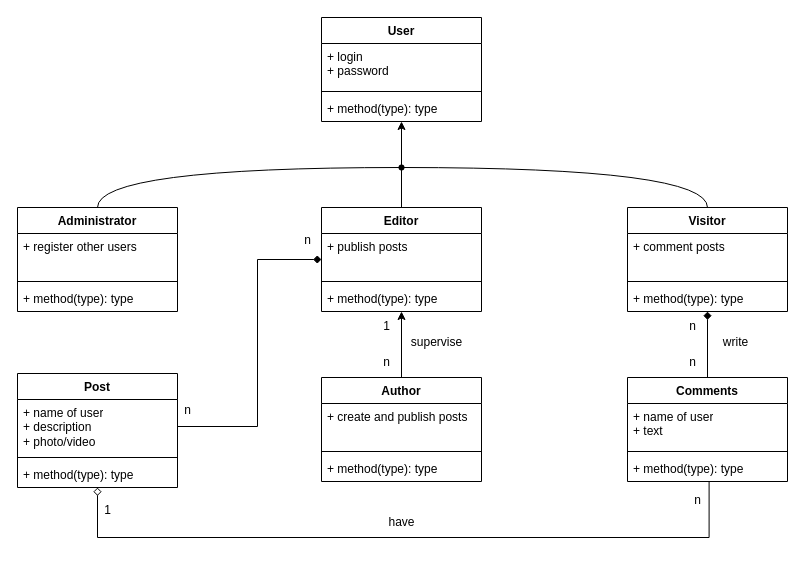
Victoraracil/Entornos_de_desarrollo keeps this draw.io diagram as Ejercicios diagramas/Class Diagrams/Ejercicio 3.drawio. Above is the earlier version. Source tidied: cells renumbered, new cells numbered last; positions are measured from the earlier drawing's top-left corner, leaving out a move shared by most shapes. Both pictures are drawn from the tidied source at 100%, with x=0, y=0 at pixel (17, 17).
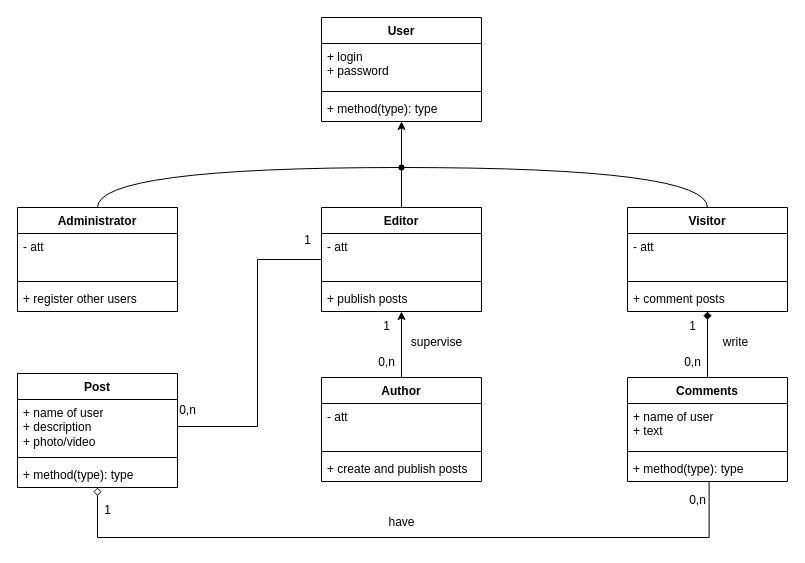
Above is the later version.

Commit message:
Me falta el diagrama 4, pero bueno, ya lo pedire

Unchanged cells that the change refers to:
```xml
<mxCell id="8" value="Editor" style="swimlane;fontStyle=1;align=center;verticalAlign=top;horizontal=1;startSize=26;whiteSpace=wrap;html=1;" parent="1" vertex="1">
  <mxGeometry x="304" y="190" width="160" height="104" as="geometry" />
</mxCell>
<mxCell id="12" value="Administrator" style="swimlane;fontStyle=1;align=center;verticalAlign=top;horizontal=1;startSize=26;whiteSpace=wrap;html=1;" parent="1" vertex="1">
  <mxGeometry y="190" width="160" height="104" as="geometry" />
</mxCell>
<mxCell id="16" value="Visitor" style="swimlane;fontStyle=1;align=center;verticalAlign=top;horizontal=1;startSize=26;whiteSpace=wrap;html=1;" parent="1" vertex="1">
  <mxGeometry x="610" y="190" width="160" height="104" as="geometry" />
</mxCell>
<mxCell id="20" value="Author " style="swimlane;fontStyle=1;align=center;verticalAlign=top;horizontal=1;startSize=26;whiteSpace=wrap;html=1;" parent="1" vertex="1">
  <mxGeometry x="304" y="360" width="160" height="104" as="geometry" />
</mxCell>
<mxCell id="35" value="&lt;div&gt;+ name of user&lt;/div&gt;&lt;div&gt;+ description&lt;/div&gt;&lt;div&gt;+ photo/video&lt;br&gt;&lt;/div&gt;" style="text;strokeColor=none;fillColor=none;align=left;verticalAlign=top;spacingLeft=4;spacingRight=4;overflow=hidden;points=[[0,0.5],[1,0.5]];portConstraint=eastwest;whiteSpace=wrap;html=1;" parent="34" vertex="1">
  <mxGeometry y="26" width="160" height="54" as="geometry" />
</mxCell>
```

The edit, as a diff of the source:
```diff
@@
-    <mxCell id="7" style="edgeStyle=orthogonalEdgeStyle;rounded=0;jettySize=auto;html=1;endArrow=none;endFill=0;startArrow=diamond;startFill=1;" parent="1" edge="1" source="8" target="35">
+    <mxCell id="7" style="edgeStyle=orthogonalEdgeStyle;rounded=0;jettySize=auto;html=1;endArrow=none;endFill=0;startArrow=none;startFill=0;" parent="1" edge="1" source="8" target="35">
       <mxGeometry relative="1" as="geometry">
         <Array as="points">
           <mxPoint x="240" y="242" />
           <mxPoint x="240" y="409" />
         </Array>
       </mxGeometry>
     </mxCell>
@@
-    <mxCell id="9" value="+ publish posts" style="text;strokeColor=none;fillColor=none;align=left;verticalAlign=top;spacingLeft=4;spacingRight=4;overflow=hidden;whiteSpace=wrap;html=1;" parent="8" vertex="1">
+    <mxCell id="9" value="- att" style="text;strokeColor=none;fillColor=none;align=left;verticalAlign=top;spacingLeft=4;spacingRight=4;overflow=hidden;whiteSpace=wrap;html=1;" parent="8" vertex="1">
       <mxGeometry y="26" width="160" height="44" as="geometry" />
     </mxCell>
@@
-    <mxCell id="11" value="+ method(type): type" style="text;strokeColor=none;fillColor=none;align=left;verticalAlign=top;spacingLeft=4;spacingRight=4;overflow=hidden;whiteSpace=wrap;html=1;" parent="8" vertex="1">
+    <mxCell id="11" value="+ publish posts" style="text;strokeColor=none;fillColor=none;align=left;verticalAlign=top;spacingLeft=4;spacingRight=4;overflow=hidden;whiteSpace=wrap;html=1;" parent="8" vertex="1">
       <mxGeometry y="78" width="160" height="26" as="geometry" />
     </mxCell>
@@
-    <mxCell id="13" value="+ register other users" style="text;strokeColor=none;fillColor=none;align=left;verticalAlign=top;spacingLeft=4;spacingRight=4;overflow=hidden;whiteSpace=wrap;html=1;" parent="12" vertex="1">
+    <mxCell id="13" value="- att" style="text;strokeColor=none;fillColor=none;align=left;verticalAlign=top;spacingLeft=4;spacingRight=4;overflow=hidden;whiteSpace=wrap;html=1;" parent="12" vertex="1">
       <mxGeometry y="26" width="160" height="44" as="geometry" />
     </mxCell>
@@
-    <mxCell id="15" value="+ method(type): type" style="text;strokeColor=none;fillColor=none;align=left;verticalAlign=top;spacingLeft=4;spacingRight=4;overflow=hidden;whiteSpace=wrap;html=1;" parent="12" vertex="1">
+    <mxCell id="15" value="+ register other users" style="text;strokeColor=none;fillColor=none;align=left;verticalAlign=top;spacingLeft=4;spacingRight=4;overflow=hidden;whiteSpace=wrap;html=1;" parent="12" vertex="1">
       <mxGeometry y="78" width="160" height="26" as="geometry" />
     </mxCell>
@@
-    <mxCell id="17" value="+ comment posts" style="text;strokeColor=none;fillColor=none;align=left;verticalAlign=top;spacingLeft=4;spacingRight=4;overflow=hidden;whiteSpace=wrap;html=1;" parent="16" vertex="1">
+    <mxCell id="17" value="- att" style="text;strokeColor=none;fillColor=none;align=left;verticalAlign=top;spacingLeft=4;spacingRight=4;overflow=hidden;whiteSpace=wrap;html=1;" parent="16" vertex="1">
       <mxGeometry y="26" width="160" height="44" as="geometry" />
     </mxCell>
@@
-    <mxCell id="19" value="+ method(type): type" style="text;strokeColor=none;fillColor=none;align=left;verticalAlign=top;spacingLeft=4;spacingRight=4;overflow=hidden;whiteSpace=wrap;html=1;" parent="16" vertex="1">
+    <mxCell id="19" value="+ comment posts" style="text;strokeColor=none;fillColor=none;align=left;verticalAlign=top;spacingLeft=4;spacingRight=4;overflow=hidden;whiteSpace=wrap;html=1;" parent="16" vertex="1">
       <mxGeometry y="78" width="160" height="26" as="geometry" />
     </mxCell>
@@
-    <mxCell id="21" value="+ create and publish posts" style="text;strokeColor=none;fillColor=none;align=left;verticalAlign=top;spacingLeft=4;spacingRight=4;overflow=hidden;whiteSpace=wrap;html=1;" parent="20" vertex="1">
+    <mxCell id="21" value="- att" style="text;strokeColor=none;fillColor=none;align=left;verticalAlign=top;spacingLeft=4;spacingRight=4;overflow=hidden;whiteSpace=wrap;html=1;" parent="20" vertex="1">
       <mxGeometry y="26" width="160" height="44" as="geometry" />
     </mxCell>
@@
-    <mxCell id="23" value="+ method(type): type" style="text;strokeColor=none;fillColor=none;align=left;verticalAlign=top;spacingLeft=4;spacingRight=4;overflow=hidden;whiteSpace=wrap;html=1;" parent="20" vertex="1">
+    <mxCell id="23" value="+ create and publish posts" style="text;strokeColor=none;fillColor=none;align=left;verticalAlign=top;spacingLeft=4;spacingRight=4;overflow=hidden;whiteSpace=wrap;html=1;" parent="20" vertex="1">
       <mxGeometry y="78" width="160" height="26" as="geometry" />
     </mxCell>
@@
-    <mxCell id="38" value="n" style="text;html=1;align=center;verticalAlign=middle;strokeColor=none;fillColor=none;" parent="1" vertex="1">
+    <mxCell id="38" value="1" style="text;html=1;align=center;verticalAlign=middle;strokeColor=none;fillColor=none;" parent="1" vertex="1">
       <mxGeometry x="275" y="208" width="30" height="30" as="geometry" />
     </mxCell>
-    <mxCell id="39" value="n" style="text;html=1;align=center;verticalAlign=middle;strokeColor=none;fillColor=none;" parent="1" vertex="1">
-      <mxGeometry x="155" y="378" width="30" height="30" as="geometry" />
+    <mxCell id="39" value="0,n" style="text;html=1;align=center;verticalAlign=middle;strokeColor=none;fillColor=none;" parent="1" vertex="1">
+      <mxGeometry x="150" y="378" width="40" height="30" as="geometry" />
     </mxCell>
@@
-    <mxCell id="43" value="n" style="text;html=1;align=center;verticalAlign=middle;strokeColor=none;fillColor=none;" parent="1" vertex="1">
-      <mxGeometry x="665" y="468" width="30" height="30" as="geometry" />
+    <mxCell id="43" value="0,n" style="text;html=1;align=center;verticalAlign=middle;strokeColor=none;fillColor=none;" parent="1" vertex="1">
+      <mxGeometry x="660" y="468" width="40" height="30" as="geometry" />
     </mxCell>
@@
-    <mxCell id="45" value="n" style="text;html=1;align=center;verticalAlign=middle;strokeColor=none;fillColor=none;" parent="1" vertex="1">
+    <mxCell id="45" value="1" style="text;html=1;align=center;verticalAlign=middle;strokeColor=none;fillColor=none;" parent="1" vertex="1">
       <mxGeometry x="660" y="294" width="30" height="30" as="geometry" />
     </mxCell>
-    <mxCell id="46" value="n" style="text;html=1;align=center;verticalAlign=middle;strokeColor=none;fillColor=none;" parent="1" vertex="1">
-      <mxGeometry x="660" y="330" width="30" height="30" as="geometry" />
+    <mxCell id="46" value="0,n" style="text;html=1;align=center;verticalAlign=middle;strokeColor=none;fillColor=none;" parent="1" vertex="1">
+      <mxGeometry x="655" y="330" width="40" height="30" as="geometry" />
     </mxCell>
@@
-    <mxCell id="48" value="n" style="text;html=1;align=center;verticalAlign=middle;strokeColor=none;fillColor=none;" parent="1" vertex="1">
-      <mxGeometry x="354" y="330" width="30" height="30" as="geometry" />
+    <mxCell id="48" value="0,n" style="text;html=1;align=center;verticalAlign=middle;strokeColor=none;fillColor=none;" parent="1" vertex="1">
+      <mxGeometry x="349" y="330" width="40" height="30" as="geometry" />
     </mxCell>
```
